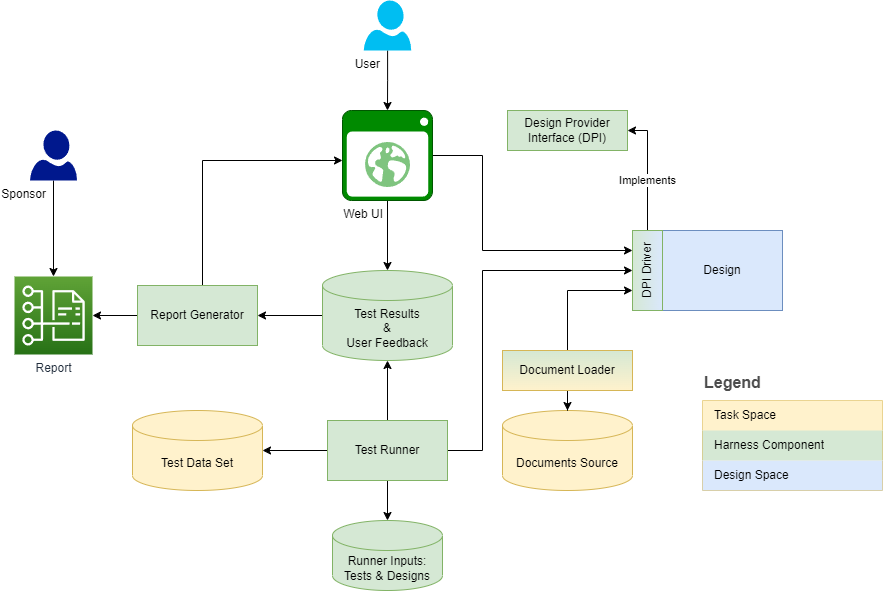
This is overview.png from ai-deep-learning/doc-rag-harness, a draw.io export, as it was before one commit. Source tidied: cells renumbered, new cells last; positions are measured from the earlier drawing's top-left corner, leaving out a move shared by most shapes.
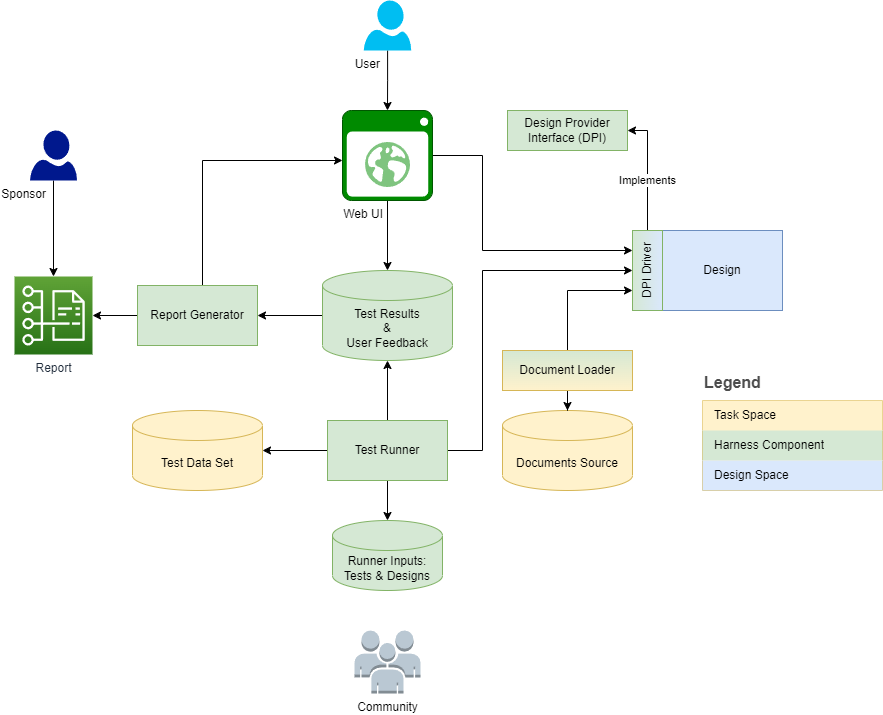
The same diagram one commit later.

Diff of the diagram source:
```diff
@@ -119,5 +119,8 @@
     <mxCell id="34" value="Report" style="sketch=0;points=[[0,0,0],[0.25,0,0],[0.5,0,0],[0.75,0,0],[1,0,0],[0,1,0],[0.25,1,0],[0.5,1,0],[0.75,1,0],[1,1,0],[0,0.25,0],[0,0.5,0],[0,0.75,0],[1,0.25,0],[1,0.5,0],[1,0.75,0]];outlineConnect=0;fontColor=#232F3E;gradientColor=#60A337;gradientDirection=north;fillColor=#277116;strokeColor=#ffffff;dashed=0;verticalLabelPosition=bottom;verticalAlign=top;align=center;html=1;fontSize=12;fontStyle=0;shape=mxgraph.aws4.resourceIcon;resIcon=mxgraph.aws4.cost_and_usage_report;labelBorderColor=none;" parent="1" vertex="1">
       <mxGeometry y="276" width="78" height="78" as="geometry" />
     </mxCell>
+    <mxCell id="35" value="Community" style="dashed=0;verticalLabelPosition=bottom;verticalAlign=top;align=center;html=1;shape=mxgraph.aws3.users;fillColor=#bac8d3;strokeColor=#23445d;" parent="1" vertex="1">
+      <mxGeometry x="340" y="630" width="66" height="63" as="geometry" />
+    </mxCell>
   </root>
 </mxGraphModel>
```
